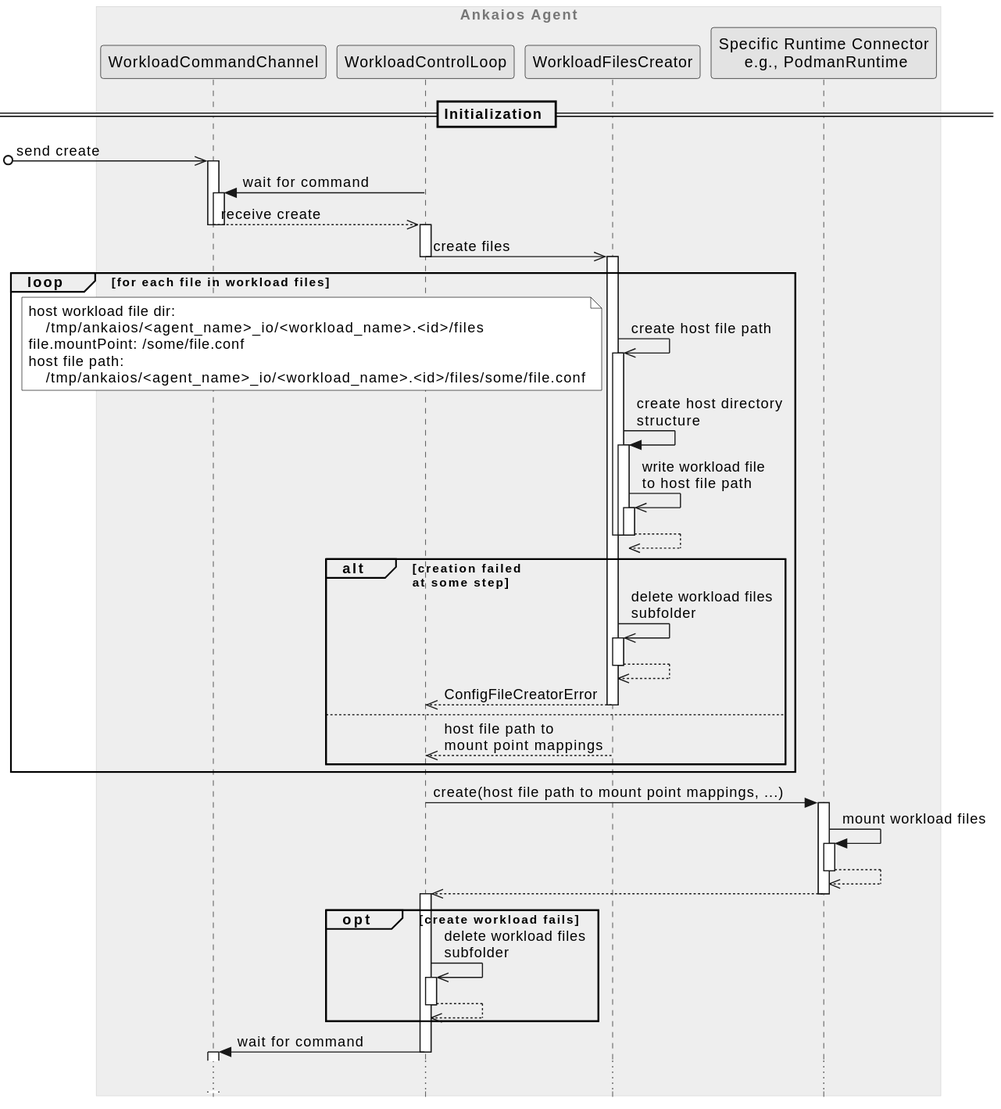
Before: agent/doc/swdesign/plantuml/seq_workload_files.svg, a diagram exported from PlantUML (eclipse-ankaios/ankaios). Source of this version:
```plantuml
@startuml
!include ../../../../resources/doc/plantuml/clean.skin

box "Ankaios Agent"
    participant "WorkloadCommandChannel" as workload_command
    participant "WorkloadControlLoop" as workload_control_loop
    participant "WorkloadFilesCreator" as workload_files_creator
    participant "Specific Runtime Connector\n e.g., PodmanRuntime" as runtime
end box

== Initialization ==
[o->> workload_command++: send create
workload_control_loop -> workload_command++: wait for command
workload_command -->> workload_control_loop --++: receive create
deactivate workload_command
workload_control_loop ->> workload_files_creator --++: create files
loop for each file in workload files
    workload_files_creator ->> workload_files_creator++: create host file path
    note left
        host workload file dir:
            /tmp/ankaios/<agent_name>_io/<workload_name>.<id>/files
        file.mountPoint: /some/file.conf
        host file path:
            /tmp/ankaios/<agent_name>_io/<workload_name>.<id>/files/some/file.conf
    end note
    workload_files_creator -> workload_files_creator++: create host directory\nstructure
    workload_files_creator ->> workload_files_creator++: write workload file\nto host file path
    workload_files_creator -->> workload_files_creator--
    deactivate workload_files_creator
    deactivate workload_files_creator
    alt creation failed\nat some step
        workload_files_creator ->> workload_files_creator++: delete workload files\nsubfolder
        workload_files_creator -->> workload_files_creator--
        workload_files_creator -->> workload_control_loop--: ConfigFileCreatorError
    else
        workload_files_creator -->> workload_control_loop--: host file path to\nmount point mappings
    end
end
workload_control_loop -> runtime ++: create(host file path to mount point mappings, ...)
runtime -> runtime++: mount workload files
runtime -->> runtime--
runtime -->> workload_control_loop--++
opt create workload fails
    workload_control_loop ->> workload_control_loop++: delete workload files\nsubfolder
    workload_control_loop -->> workload_control_loop--
end
workload_control_loop -> workload_command --++: wait for command
...
@enduml
```
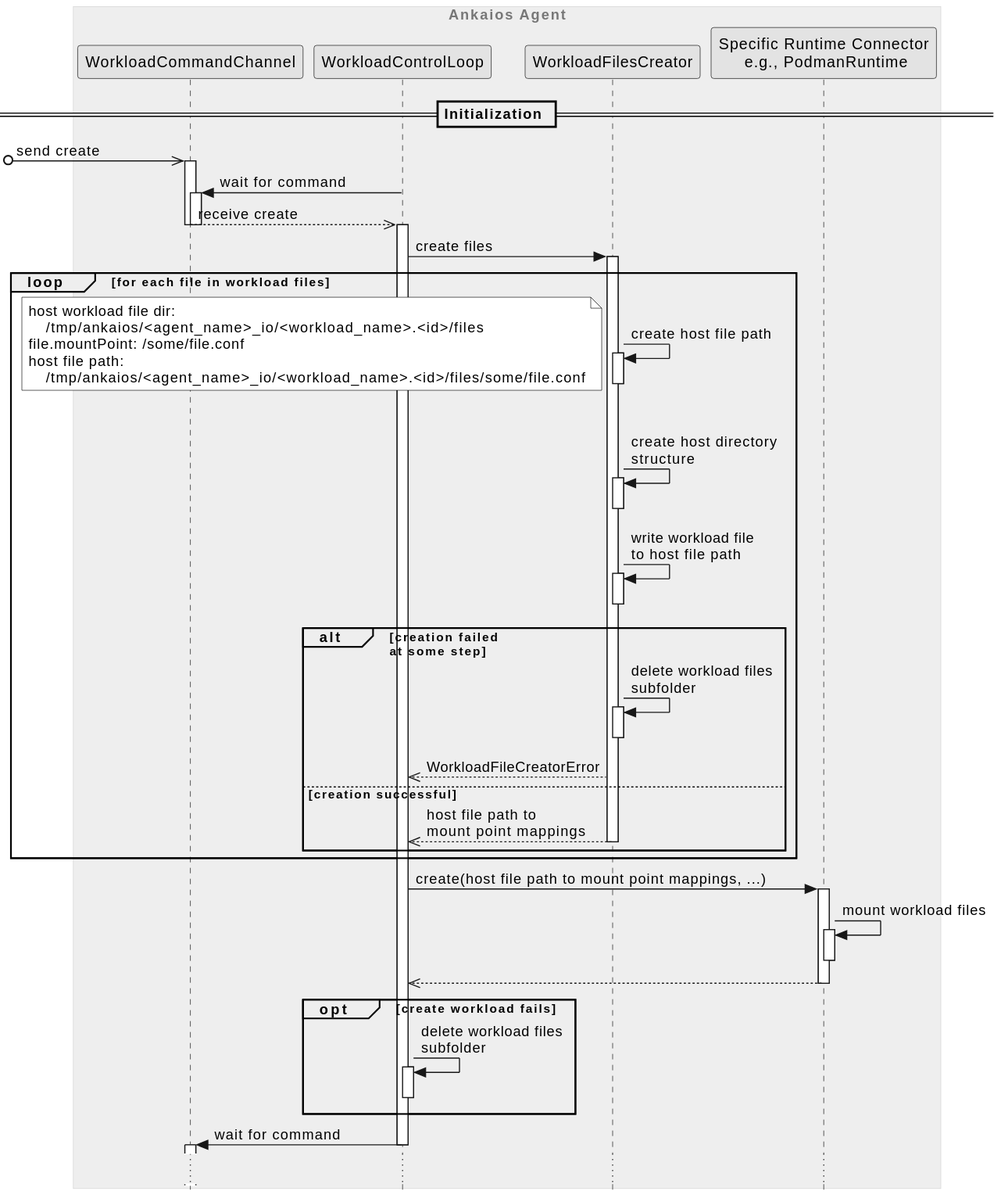
After the change.

Change to the diagram source:
```diff
@@ -13,9 +13,9 @@
 workload_control_loop -> workload_command++: wait for command
 workload_command -->> workload_control_loop --++: receive create
 deactivate workload_command
-workload_control_loop ->> workload_files_creator --++: create files
+workload_control_loop -> workload_files_creator ++: create files
 loop for each file in workload files
-    workload_files_creator ->> workload_files_creator++: create host file path
+    workload_files_creator -> workload_files_creator++--: create host file path
     note left
         host workload file dir:
             /tmp/ankaios/<agent_name>_io/<workload_name>.<id>/files
@@ -23,26 +23,20 @@
         host file path:
             /tmp/ankaios/<agent_name>_io/<workload_name>.<id>/files/some/file.conf
     end note
-    workload_files_creator -> workload_files_creator++: create host directory\nstructure
-    workload_files_creator ->> workload_files_creator++: write workload file\nto host file path
-    workload_files_creator -->> workload_files_creator--
-    deactivate workload_files_creator
-    deactivate workload_files_creator
+    workload_files_creator -> workload_files_creator++--: create host directory\nstructure
+    workload_files_creator -> workload_files_creator++--: write workload file\nto host file path
     alt creation failed\nat some step
-        workload_files_creator ->> workload_files_creator++: delete workload files\nsubfolder
-        workload_files_creator -->> workload_files_creator--
-        workload_files_creator -->> workload_control_loop--: ConfigFileCreatorError
-    else
+        workload_files_creator -> workload_files_creator++--: delete workload files\nsubfolder
+        workload_files_creator -->> workload_control_loop: WorkloadFileCreatorError
+    else creation successful
         workload_files_creator -->> workload_control_loop--: host file path to\nmount point mappings
     end
 end
 workload_control_loop -> runtime ++: create(host file path to mount point mappings, ...)
-runtime -> runtime++: mount workload files
-runtime -->> runtime--
-runtime -->> workload_control_loop--++
+runtime -> runtime++--: mount workload files
+runtime -->> workload_control_loop--
 opt create workload fails
-    workload_control_loop ->> workload_control_loop++: delete workload files\nsubfolder
-    workload_control_loop -->> workload_control_loop--
+    workload_control_loop -> workload_control_loop++--: delete workload files\nsubfolder
 end
 workload_control_loop -> workload_command --++: wait for command
 ...
```
